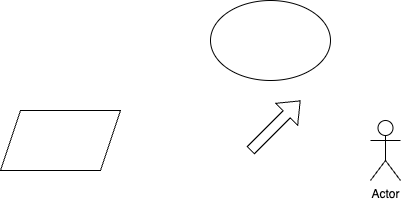
The draw.io diagram 名称未設定ファイル.drawio.png in Ko-au02/anniversary-assistant, before a commit. Source tidied: cells renumbered, new cells last; positions are measured from the earlier drawing's top-left corner, leaving out a move shared by most shapes.
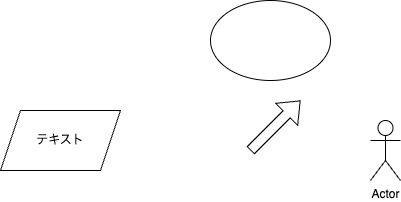
Later version of the same file.

Commit message:
名称未設定ファイル.drawio.png を更新します

Diff of the diagram source:
```diff
@@ -5,7 +5,7 @@
     <mxCell id="2" style="ellipse;whiteSpace=wrap;html=1;" parent="1" vertex="1">
       <mxGeometry x="210" width="120" height="80" as="geometry" />
     </mxCell>
-    <mxCell id="3" style="shape=parallelogram;perimeter=parallelogramPerimeter;whiteSpace=wrap;html=1;fixedSize=1;" parent="1" vertex="1">
+    <mxCell id="3" value="テキスト" style="shape=parallelogram;perimeter=parallelogramPerimeter;whiteSpace=wrap;html=1;fixedSize=1;" parent="1" vertex="1">
       <mxGeometry y="110" width="120" height="60" as="geometry" />
     </mxCell>
     <mxCell id="4" value="Actor" style="shape=umlActor;verticalLabelPosition=bottom;verticalAlign=top;html=1;" parent="1" vertex="1">
```
